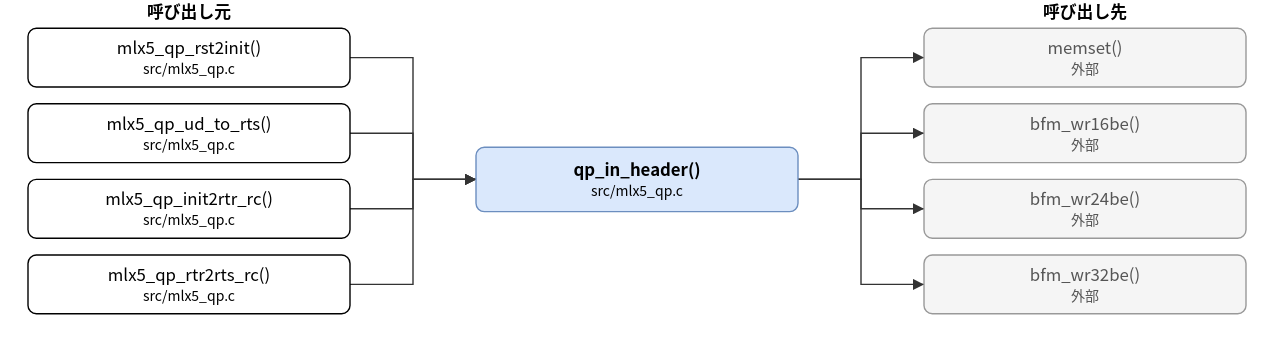
Above: doc/spec/images/call_src_mlx5_qp-qp_in_header.drawio.svg in hf355051012-ai/bfmem (draw.io), before the change. Source tidied: cells renumbered, new cells last; positions are measured from the earlier drawing's top-left corner, leaving out a move shared by most shapes.
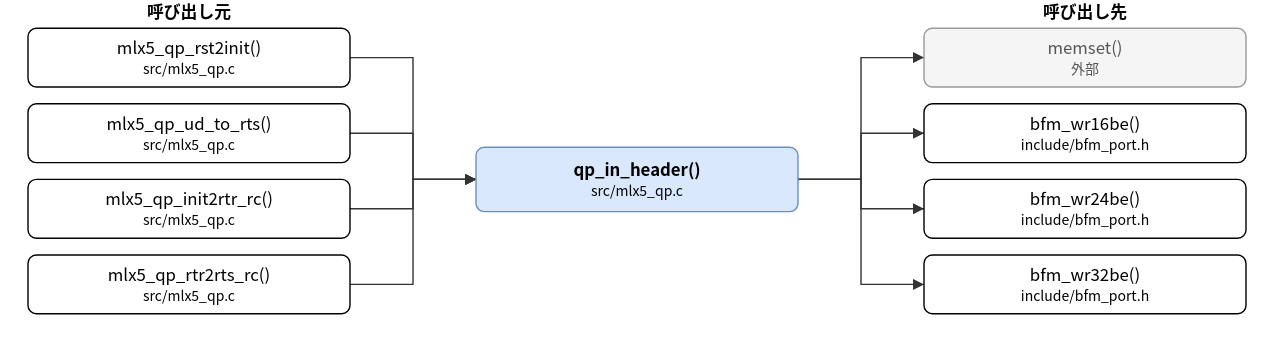
Above is the later version.

What changed in the source:
```diff
@@ -20,13 +20,13 @@
     <mxCell id="7" value="memset()&lt;br&gt;&lt;font style=&quot;font-size:10px&quot;&gt;外部&lt;/font&gt;" style="rounded=1;whiteSpace=wrap;html=1;fillColor=#f5f5f5;strokeColor=#999999;fontColor=#555555;" parent="1" vertex="1">
       <mxGeometry x="640" y="20" width="230" height="42" as="geometry" />
     </mxCell>
-    <mxCell id="8" value="bfm_wr16be()&lt;br&gt;&lt;font style=&quot;font-size:10px&quot;&gt;外部&lt;/font&gt;" style="rounded=1;whiteSpace=wrap;html=1;fillColor=#f5f5f5;strokeColor=#999999;fontColor=#555555;" parent="1" vertex="1">
+    <mxCell id="8" value="bfm_wr16be()&lt;br&gt;&lt;font style=&quot;font-size:10px&quot;&gt;include/bfm_port.h&lt;/font&gt;" style="rounded=1;whiteSpace=wrap;html=1;" parent="1" vertex="1">
       <mxGeometry x="640" y="74" width="230" height="42" as="geometry" />
     </mxCell>
-    <mxCell id="9" value="bfm_wr24be()&lt;br&gt;&lt;font style=&quot;font-size:10px&quot;&gt;外部&lt;/font&gt;" style="rounded=1;whiteSpace=wrap;html=1;fillColor=#f5f5f5;strokeColor=#999999;fontColor=#555555;" parent="1" vertex="1">
+    <mxCell id="9" value="bfm_wr24be()&lt;br&gt;&lt;font style=&quot;font-size:10px&quot;&gt;include/bfm_port.h&lt;/font&gt;" style="rounded=1;whiteSpace=wrap;html=1;" parent="1" vertex="1">
       <mxGeometry x="640" y="128" width="230" height="42" as="geometry" />
     </mxCell>
-    <mxCell id="10" value="bfm_wr32be()&lt;br&gt;&lt;font style=&quot;font-size:10px&quot;&gt;外部&lt;/font&gt;" style="rounded=1;whiteSpace=wrap;html=1;fillColor=#f5f5f5;strokeColor=#999999;fontColor=#555555;" parent="1" vertex="1">
+    <mxCell id="10" value="bfm_wr32be()&lt;br&gt;&lt;font style=&quot;font-size:10px&quot;&gt;include/bfm_port.h&lt;/font&gt;" style="rounded=1;whiteSpace=wrap;html=1;" parent="1" vertex="1">
       <mxGeometry x="640" y="182" width="230" height="42" as="geometry" />
     </mxCell>
     <mxCell id="11" style="edgeStyle=none;html=1;rounded=0;endArrow=block;endFill=1;exitX=1.0000;exitY=0.5000;exitDx=0;exitDy=0;exitPerimeter=0;entryX=0.0000;entryY=0.5000;entryDx=0;entryDy=0;entryPerimeter=0;" parent="1" edge="1" source="3" target="2">
```
